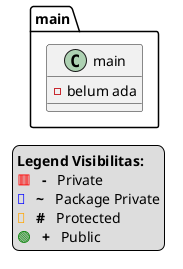
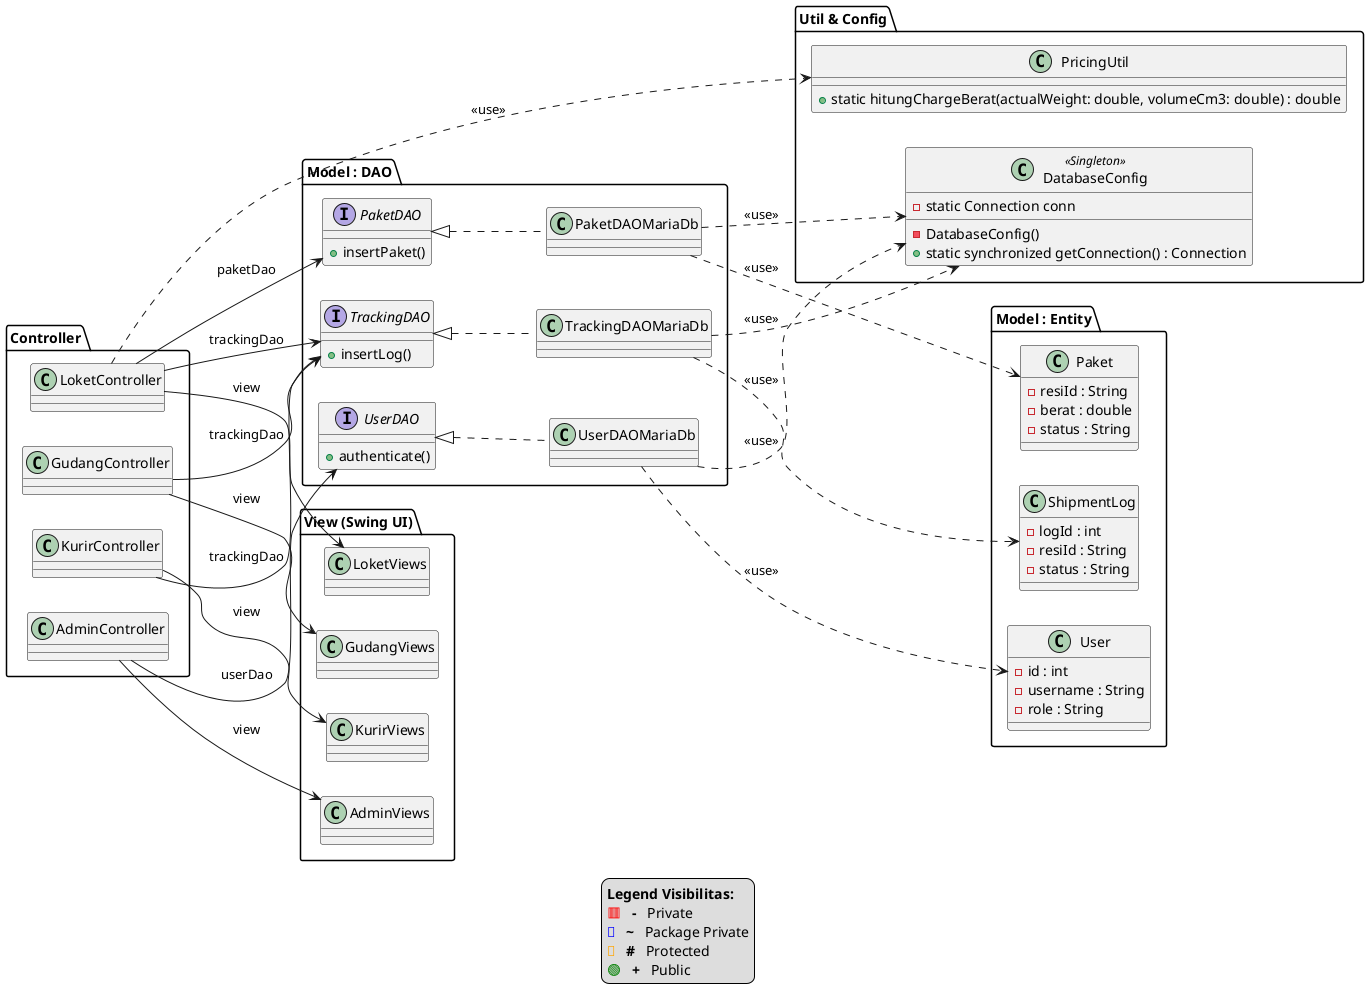
@startuml
- 'https://plantuml.com/class-diagram
+ left to right direction

- package "main" <<folder>> {
-     class "main"{
-         - belum ada
+ ' --- BAGIAN UTILITAS & KONFIGURASI ---
+ package "Util & Config" {
+     class DatabaseConfig <<Singleton>> {
+         - static Connection conn
+         - DatabaseConfig()
+         + static synchronized getConnection() : Connection
+     }
+     class PricingUtil {
+         + static hitungChargeBerat(actualWeight: double, volumeCm3: double) : double
    }
}
+ 
+ ' --- BAGIAN MODEL: ENTITAS (POJO) ---
+ package "Model : Entity" {
+     class User {
+         - id : int
+         - username : String
+         - role : String
+     }
+     class Paket {
+         - resiId : String
+         - berat : double
+         - status : String
+     }
+     class ShipmentLog {
+         - logId : int
+         - resiId : String
+         - status : String
+     }
+ }
+ 
+ ' --- BAGIAN MODEL: DATA ACCESS OBJECT (DAO) ---
+ package "Model : DAO" {
+     interface UserDAO {
+         + authenticate()
+     }
+     class UserDAOMariaDb
+ 
+     interface PaketDAO {
+         + insertPaket()
+     }
+     class PaketDAOMariaDb
+ 
+     interface TrackingDAO {
+         + insertLog()
+     }
+     class TrackingDAOMariaDb
+ 
+     ' Relasi Realization (Implements)
+     UserDAO <|.. UserDAOMariaDb
+     PaketDAO <|.. PaketDAOMariaDb
+     TrackingDAO <|.. TrackingDAOMariaDb
+ 
+     ' Relasi Dependency ke Entity
+     UserDAOMariaDb ..> User : <<use>>
+     PaketDAOMariaDb ..> Paket : <<use>>
+     TrackingDAOMariaDb ..> ShipmentLog : <<use>>
+ }
+ 
+ ' --- BAGIAN VIEW (ANTARMUKA SWING) ---
+ package "View (Swing UI)" {
+     class AdminViews
+     class LoketViews
+     class GudangViews
+     class KurirViews
+ }
+ 
+ ' --- BAGIAN CONTROLLER (LOGIKA BISNIS) ---
+ package "Controller" {
+     class LoketController
+     class GudangController
+     class KurirController
+     class AdminController
+ }
+ 
+ ' ==========================================
+ ' RELASI ANTAR PACKAGE & KELAS UTAMA
+ ' ==========================================
+ 
+ ' 1. Controller ke View (Association: Controller "punya" View)
+ AdminController --> AdminViews : " view"
+ LoketController --> LoketViews : " view"
+ GudangController --> GudangViews : " view"
+ KurirController --> KurirViews : " view"
+ 
+ ' 2. Controller ke DAO (Association: Tergantung pada Kontrak Interface)
+ AdminController --> UserDAO : " userDao"
+ LoketController --> PaketDAO : " paketDao"
+ LoketController --> TrackingDAO : " trackingDao"
+ GudangController --> TrackingDAO : " trackingDao"
+ KurirController --> TrackingDAO : " trackingDao"
+ 
+ ' 3. Ketergantungan ke Utilitas (Dependency)
+ LoketController ..> PricingUtil : "<<use>>"
+ UserDAOMariaDb ..> DatabaseConfig : "<<use>>"
+ PaketDAOMariaDb ..> DatabaseConfig : "<<use>>"
+ TrackingDAOMariaDb ..> DatabaseConfig : "<<use>>"

'Legenda
legend bottom center
      <b>Legend Visibilitas:</b>
      <color:red>🟥</color>  <b> - </b>  Private
      <color:blue>🔷</color>  <b> ~ </b>  Package Private
      <color:orange>🔶</color>  <b> # </b>  Protected
      <color:green>🟢</color>  <b> + </b>  Public
endlegend

@enduml